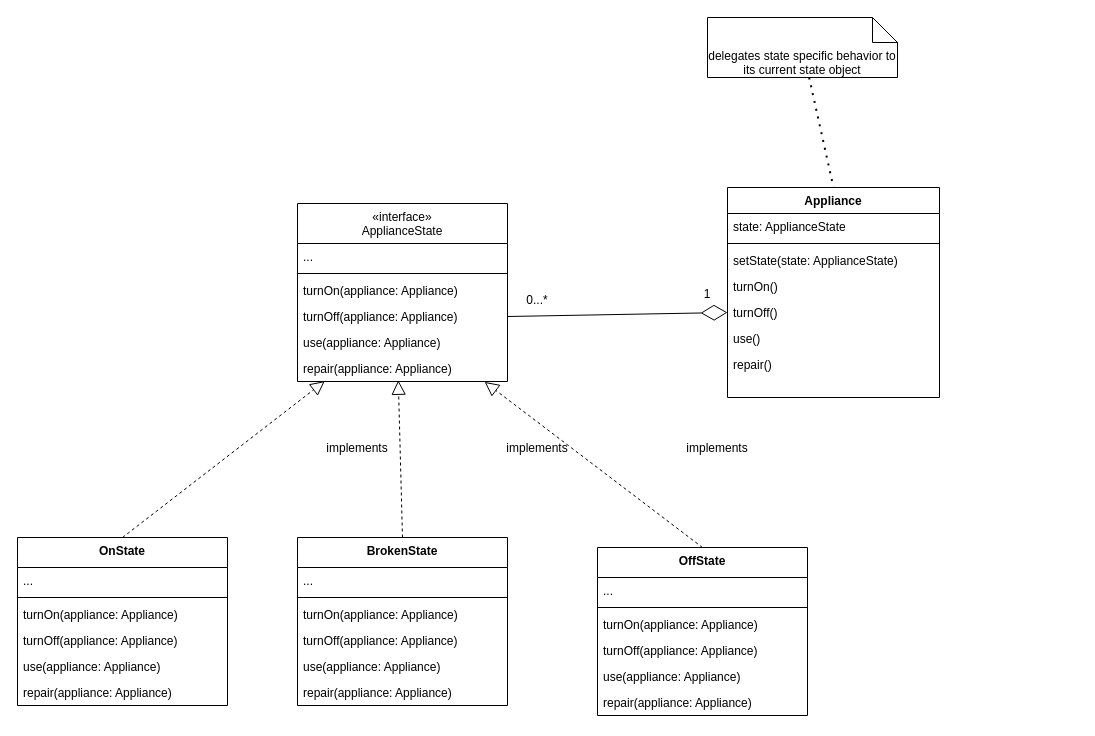
This is state.drawio from alfacentaur1/omo_objectModel, a draw.io file, before an edit. Source tidied: cells renumbered, new cells numbered last; positions are measured from the earlier drawing's top-left corner, leaving out a move shared by most shapes. Both pictures are drawn from the tidied source at 100%, with x=0, y=0 at pixel (17, 17).
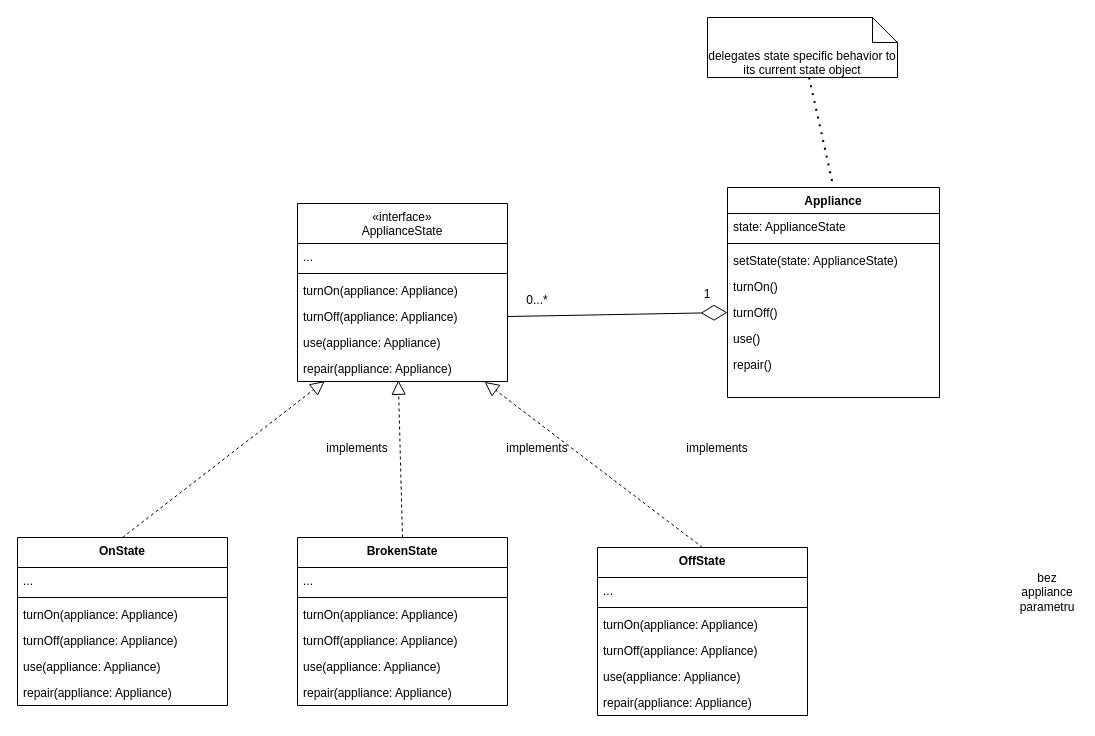
Above is the later version.

Change to the diagram source:
```diff
@@
+    <mxCell id="49" value="bez appliance parametru" style="text;html=1;whiteSpace=wrap;strokeColor=none;fillColor=none;align=center;verticalAlign=middle;rounded=0;" parent="1" vertex="1">
+      <mxGeometry x="1000" y="560" width="60" height="30" as="geometry" />
+    </mxCell>
```
